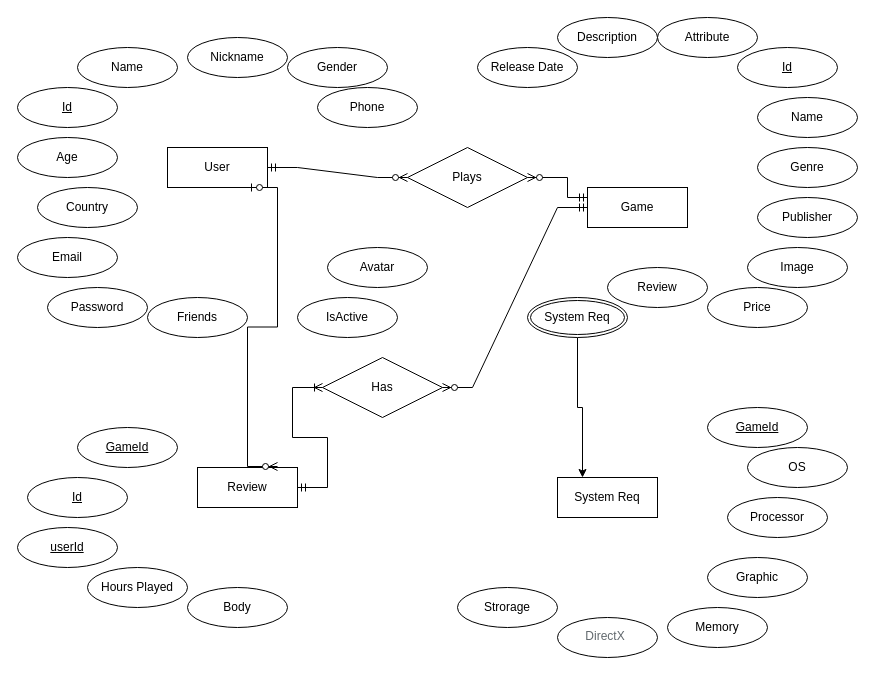
This is ER Diagram.drawio from ahmedmsaid/Games-Library, a draw.io file, before an edit. Source tidied: cells renumbered, new cells numbered last; positions are measured from the earlier drawing's top-left corner, leaving out a move shared by most shapes. Both pictures are drawn from the tidied source at 100%, with x=0, y=0 at pixel (17, 17).
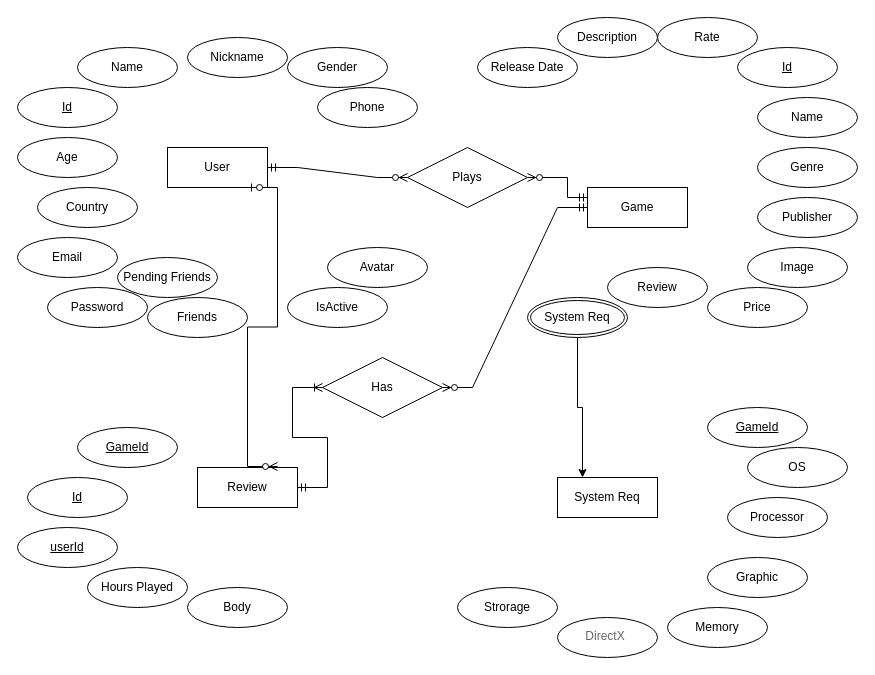
The same diagram, later.

Change to the diagram source:
```diff
@@
     <mxCell id="19" value="IsActive" style="ellipse;whiteSpace=wrap;html=1;align=center;" parent="1" vertex="1">
-      <mxGeometry x="280" y="280" width="100" height="40" as="geometry" />
+      <mxGeometry x="270" y="270" width="100" height="40" as="geometry" />
     </mxCell>
@@
-    <mxCell id="45" value="Attribute" style="ellipse;whiteSpace=wrap;html=1;align=center;labelBackgroundColor=#FFFFFF;" parent="1" vertex="1">
+    <mxCell id="45" value="Rate" style="ellipse;whiteSpace=wrap;html=1;align=center;labelBackgroundColor=#FFFFFF;" parent="1" vertex="1">
       <mxGeometry x="640" width="100" height="40" as="geometry" />
     </mxCell>
@@
+    <mxCell id="49" value="Pending Friends" style="ellipse;whiteSpace=wrap;html=1;align=center;" parent="1" vertex="1">
+      <mxGeometry x="100" y="240" width="100" height="40" as="geometry" />
+    </mxCell>
```
